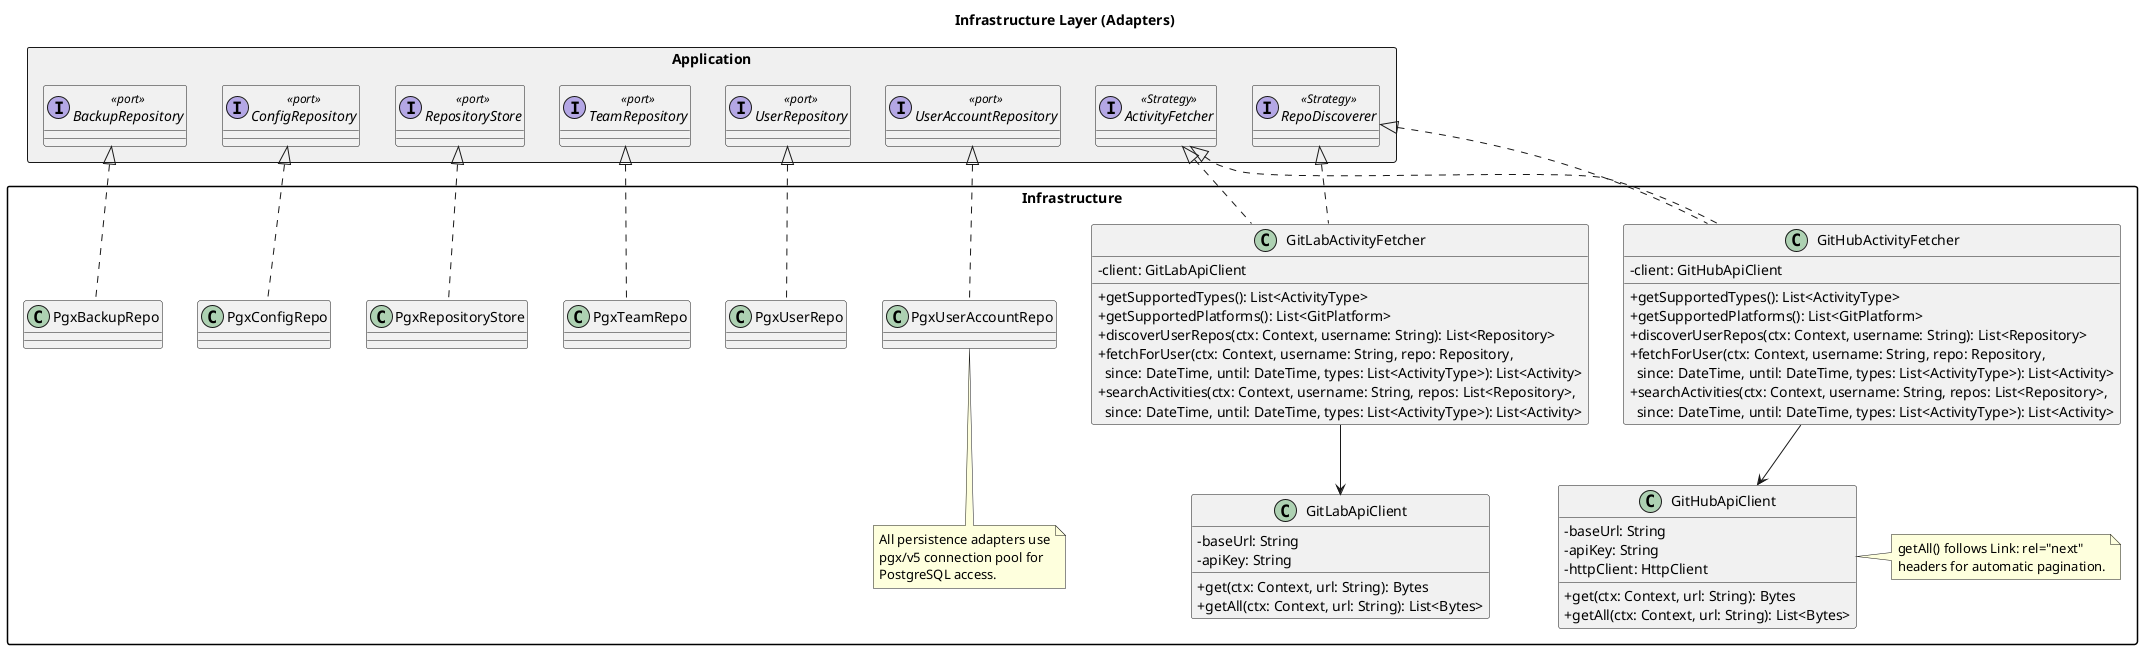
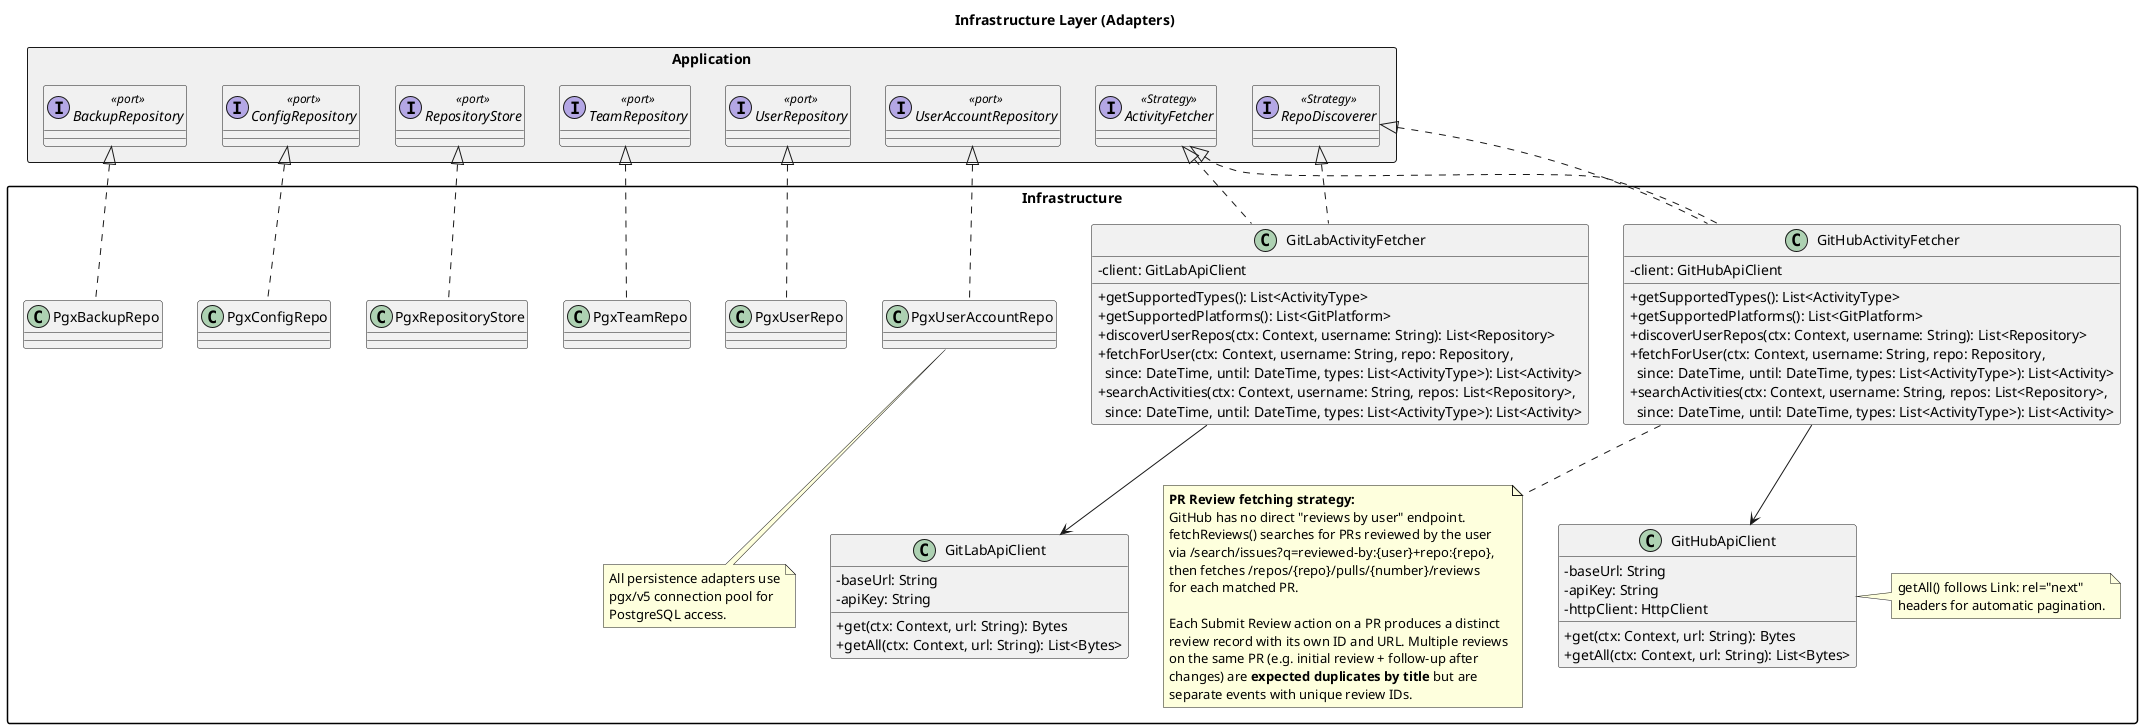
@startuml design_infrastructure

skinparam packageStyle rectangle
skinparam classAttributeIconSize 0

title Infrastructure Layer (Adapters)

' ─────────────────────────────────────────────
'  Referenced Application ports (defined in design_application)
' ─────────────────────────────────────────────

package Application <<Rectangle>> #f0f0f0 {
  interface RepoDiscoverer <<Strategy>>
  interface ActivityFetcher <<Strategy>>
  interface UserAccountRepository <<port>>
  interface UserRepository <<port>>
  interface TeamRepository <<port>>
  interface RepositoryStore <<port>>
  interface ConfigRepository <<port>>
  interface BackupRepository <<port>>
}

' ─────────────────────────────────────────────
'  INFRASTRUCTURE
'  Implements application ports.
'
'  Design patterns used:
'    Strategy   — Each fetcher is a platform-specific strategy
'    Adapter    — Translates external APIs to domain interfaces
'    Repository — Persistence adapters implement port interfaces
' ─────────────────────────────────────────────
package Infrastructure {

  ' ── Git-server clients ──────────────────────

  class GitHubApiClient {
    -baseUrl: String
    -apiKey: String
    -httpClient: HttpClient
    +get(ctx: Context, url: String): Bytes
    +getAll(ctx: Context, url: String): List<Bytes>
  }

  note right of GitHubApiClient
    getAll() follows Link: rel="next"
    headers for automatic pagination.
  end note

  class GitLabApiClient {
    -baseUrl: String
    -apiKey: String
    +get(ctx: Context, url: String): Bytes
    +getAll(ctx: Context, url: String): List<Bytes>
  }

  ' ── Fetcher implementations (Strategy Pattern) ──
  '
  ' Each fetcher implements both ActivityFetcher and
  ' RepoDiscoverer (ISP: a platform that does not
  ' support discovery would only implement ActivityFetcher).

  class GitHubActivityFetcher implements Application.ActivityFetcher, Application.RepoDiscoverer {
    -client: GitHubApiClient
    +getSupportedTypes(): List<ActivityType>
    +getSupportedPlatforms(): List<GitPlatform>
    +discoverUserRepos(ctx: Context, username: String): List<Repository>
    +fetchForUser(ctx: Context, username: String, repo: Repository,\n  since: DateTime, until: DateTime, types: List<ActivityType>): List<Activity>
    +searchActivities(ctx: Context, username: String, repos: List<Repository>,\n  since: DateTime, until: DateTime, types: List<ActivityType>): List<Activity>
  }

  class GitLabActivityFetcher implements Application.ActivityFetcher, Application.RepoDiscoverer {
    -client: GitLabApiClient
    +getSupportedTypes(): List<ActivityType>
    +getSupportedPlatforms(): List<GitPlatform>
    +discoverUserRepos(ctx: Context, username: String): List<Repository>
    +fetchForUser(ctx: Context, username: String, repo: Repository,\n  since: DateTime, until: DateTime, types: List<ActivityType>): List<Activity>
    +searchActivities(ctx: Context, username: String, repos: List<Repository>,\n  since: DateTime, until: DateTime, types: List<ActivityType>): List<Activity>
  }

  GitHubActivityFetcher --> GitHubApiClient
  GitLabActivityFetcher --> GitLabApiClient

+   note bottom of GitHubActivityFetcher
+     **PR Review fetching strategy:**
+     GitHub has no direct "reviews by user" endpoint.
+     fetchReviews() searches for PRs reviewed by the user
+     via /search/issues?q=reviewed-by:{user}+repo:{repo},
+     then fetches /repos/{repo}/pulls/{number}/reviews
+     for each matched PR.
+ 
+     Each Submit Review action on a PR produces a distinct
+     review record with its own ID and URL. Multiple reviews
+     on the same PR (e.g. initial review + follow-up after
+     changes) are **expected duplicates by title** but are
+     separate events with unique review IDs.
+   end note
+ 
  ' ── Persistence adapters (Repository Pattern) ──

  class PgxUserAccountRepo implements Application.UserAccountRepository
  class PgxUserRepo implements Application.UserRepository
  class PgxTeamRepo implements Application.TeamRepository
  class PgxRepositoryStore implements Application.RepositoryStore
  class PgxConfigRepo implements Application.ConfigRepository
  class PgxBackupRepo implements Application.BackupRepository

  note bottom of PgxUserAccountRepo
    All persistence adapters use
    pgx/v5 connection pool for
    PostgreSQL access.
  end note
}

@enduml
